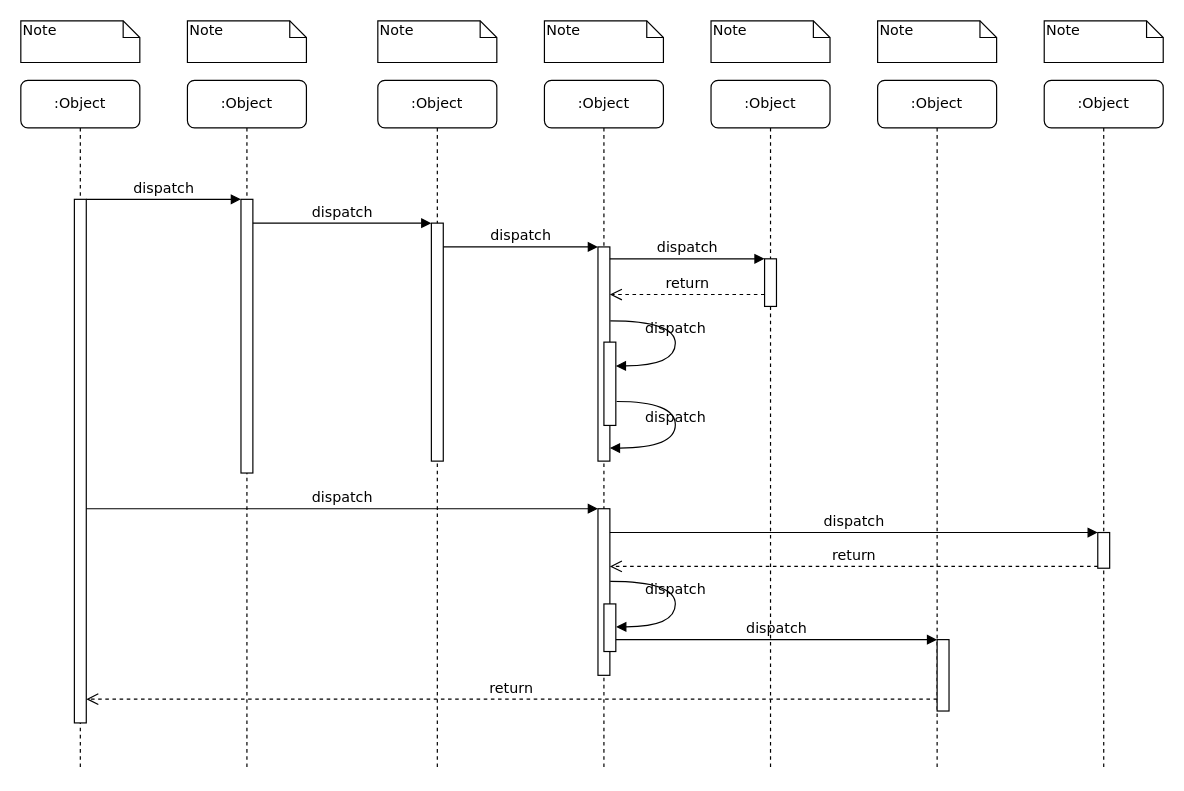
Earlier version of the draw.io diagram src/main/java/Untitled Diagram.drawio (yang2yang/Transformers). Source tidied: cells renumbered, new cells numbered last; positions are measured from the earlier drawing's top-left corner, leaving out a move shared by most shapes. Both pictures are drawn from the tidied source at 119%, with x=0, y=0 at pixel (20, 20).
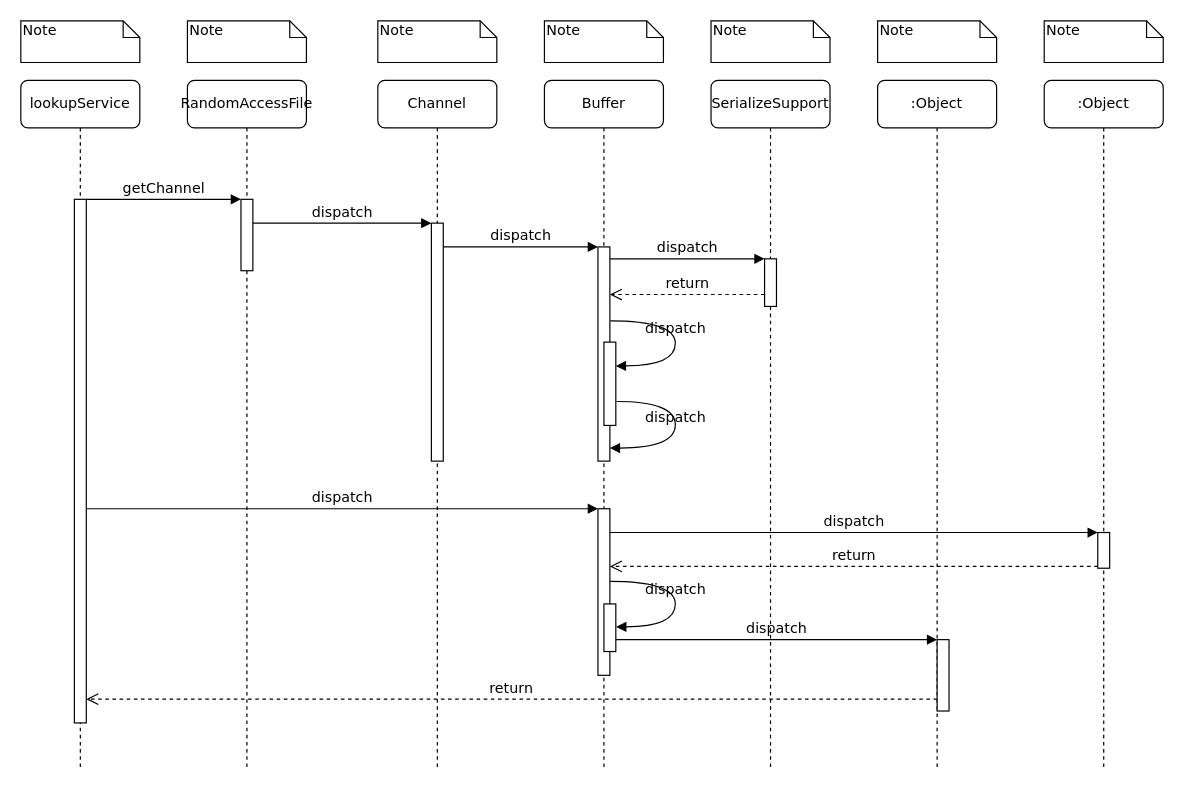
The same diagram, later.

The change refers to these unchanged cells:
```xml
<mxCell id="11" style="html=1;points=[];perimeter=orthogonalPerimeter;rounded=0;shadow=0;comic=0;labelBackgroundColor=none;strokeWidth=1;fontFamily=Verdana;fontSize=12;align=center;" parent="10" vertex="1">
  <mxGeometry x="45" y="100" width="10" height="440" as="geometry" />
</mxCell>
```

The edit, as a diff of the source:
```diff
@@
-    <mxCell id="2" value=":Object" style="shape=umlLifeline;perimeter=lifelinePerimeter;whiteSpace=wrap;html=1;rounded=1;shadow=0;comic=0;labelBackgroundColor=none;strokeWidth=1;fontFamily=Verdana;fontSize=12;align=center;" parent="1" vertex="1">
+    <mxCell id="2" value="RandomAccessFile" style="shape=umlLifeline;perimeter=lifelinePerimeter;whiteSpace=wrap;html=1;rounded=1;shadow=0;comic=0;labelBackgroundColor=none;strokeWidth=1;fontFamily=Verdana;fontSize=12;align=center;" parent="1" vertex="1">
       <mxGeometry x="140" y="50" width="100" height="580" as="geometry" />
     </mxCell>
     <mxCell id="3" style="html=1;points=[];perimeter=orthogonalPerimeter;rounded=0;shadow=0;comic=0;labelBackgroundColor=none;strokeWidth=1;fontFamily=Verdana;fontSize=12;align=center;" parent="2" vertex="1">
-      <mxGeometry x="45" y="100" width="10" height="230" as="geometry" />
+      <mxGeometry x="45" y="100" width="10" height="60" as="geometry" />
     </mxCell>
-    <mxCell id="4" value=":Object" style="shape=umlLifeline;perimeter=lifelinePerimeter;whiteSpace=wrap;html=1;rounded=1;shadow=0;comic=0;labelBackgroundColor=none;strokeWidth=1;fontFamily=Verdana;fontSize=12;align=center;" parent="1" vertex="1">
+    <mxCell id="4" value="Channel" style="shape=umlLifeline;perimeter=lifelinePerimeter;whiteSpace=wrap;html=1;rounded=1;shadow=0;comic=0;labelBackgroundColor=none;strokeWidth=1;fontFamily=Verdana;fontSize=12;align=center;" parent="1" vertex="1">
       <mxGeometry x="300" y="50" width="100" height="580" as="geometry" />
     </mxCell>
@@
-    <mxCell id="6" value=":Object" style="shape=umlLifeline;perimeter=lifelinePerimeter;whiteSpace=wrap;html=1;rounded=1;shadow=0;comic=0;labelBackgroundColor=none;strokeWidth=1;fontFamily=Verdana;fontSize=12;align=center;" parent="1" vertex="1">
+    <mxCell id="6" value="Buffer" style="shape=umlLifeline;perimeter=lifelinePerimeter;whiteSpace=wrap;html=1;rounded=1;shadow=0;comic=0;labelBackgroundColor=none;strokeWidth=1;fontFamily=Verdana;fontSize=12;align=center;" parent="1" vertex="1">
       <mxGeometry x="440" y="50" width="100" height="580" as="geometry" />
     </mxCell>
-    <mxCell id="7" value=":Object" style="shape=umlLifeline;perimeter=lifelinePerimeter;whiteSpace=wrap;html=1;rounded=1;shadow=0;comic=0;labelBackgroundColor=none;strokeWidth=1;fontFamily=Verdana;fontSize=12;align=center;" parent="1" vertex="1">
+    <mxCell id="7" value="SerializeSupport" style="shape=umlLifeline;perimeter=lifelinePerimeter;whiteSpace=wrap;html=1;rounded=1;shadow=0;comic=0;labelBackgroundColor=none;strokeWidth=1;fontFamily=Verdana;fontSize=12;align=center;" parent="1" vertex="1">
       <mxGeometry x="580" y="50" width="100" height="580" as="geometry" />
     </mxCell>
@@
-    <mxCell id="10" value=":Object" style="shape=umlLifeline;perimeter=lifelinePerimeter;whiteSpace=wrap;html=1;rounded=1;shadow=0;comic=0;labelBackgroundColor=none;strokeWidth=1;fontFamily=Verdana;fontSize=12;align=center;" parent="1" vertex="1">
+    <mxCell id="10" value="lookupService" style="shape=umlLifeline;perimeter=lifelinePerimeter;whiteSpace=wrap;html=1;rounded=1;shadow=0;comic=0;labelBackgroundColor=none;strokeWidth=1;fontFamily=Verdana;fontSize=12;align=center;" parent="1" vertex="1">
       <mxGeometry y="50" width="100" height="580" as="geometry" />
     </mxCell>
@@
-    <mxCell id="25" value="dispatch" style="html=1;verticalAlign=bottom;endArrow=block;entryX=0;entryY=0;labelBackgroundColor=none;fontFamily=Verdana;fontSize=12;edgeStyle=elbowEdgeStyle;elbow=vertical;" parent="1" edge="1" source="11" target="3">
+    <mxCell id="25" value="getChannel" style="html=1;verticalAlign=bottom;endArrow=block;entryX=0;entryY=0;labelBackgroundColor=none;fontFamily=Verdana;fontSize=12;edgeStyle=elbowEdgeStyle;elbow=vertical;" parent="1" edge="1" source="11" target="3">
       <mxGeometry relative="1" as="geometry" />
     </mxCell>
```
